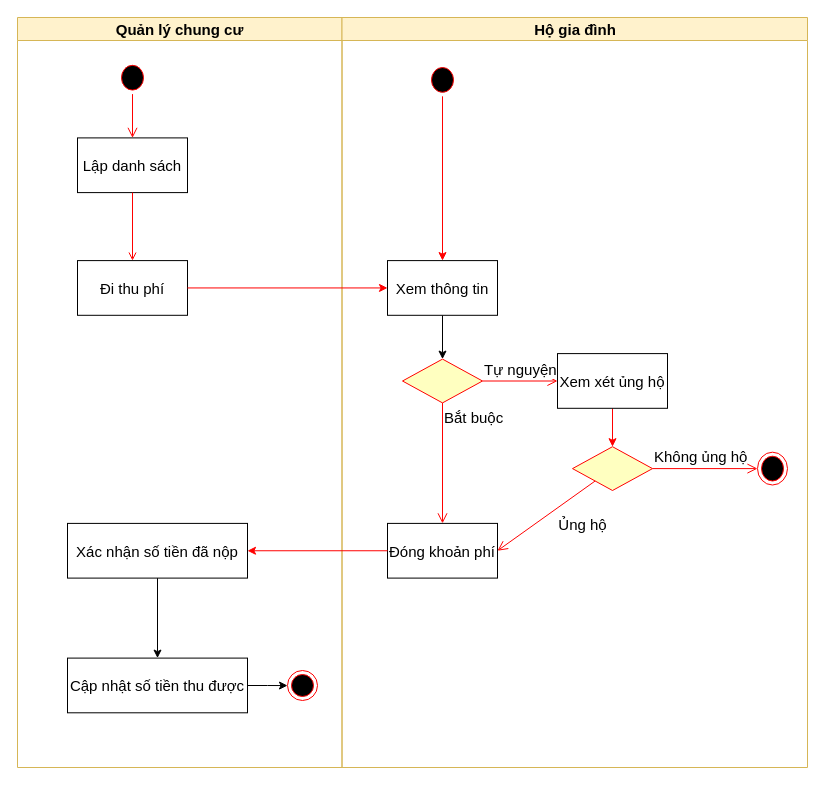
Earlier version of the draw.io diagram Activity Diagram.drawio (HARKINGS/UML). Source tidied: cells renumbered, new cells numbered last; positions are measured from the earlier drawing's top-left corner, leaving out a move shared by most shapes. Both pictures are drawn from the tidied source at 100%, with x=0, y=0 at pixel (17, 17).
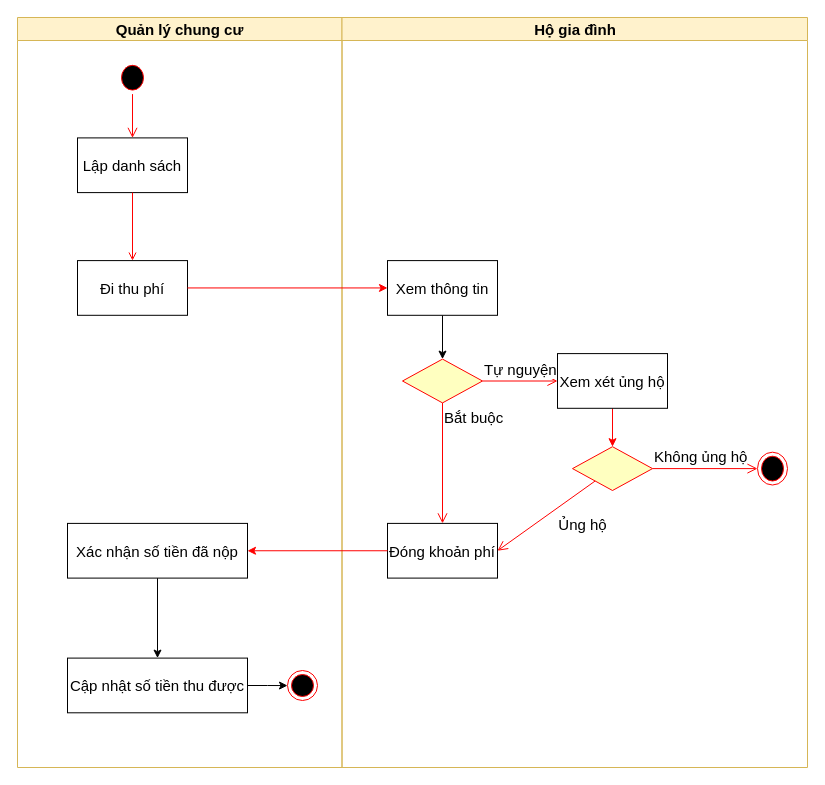
The same page after the edit.

Commit message:
Cập nhật Activity Diagram.drawio

The change refers to these unchanged cells:
```xml
<mxCell id="13" value="Hộ gia đình" style="swimlane;whiteSpace=wrap;fillColor=#fff2cc;strokeColor=#d6b656;fontSize=15;" parent="1" vertex="1">
  <mxGeometry x="324.5" width="465.5" height="750" as="geometry" />
</mxCell>
<mxCell id="17" value="Xem thông tin" style="fontSize=15;" parent="13" vertex="1">
  <mxGeometry x="45.5" y="243.1" width="110" height="54.7" as="geometry" />
</mxCell>
```

Diff of the diagram source:
```diff
@@
-    <mxCell id="14" style="edgeStyle=orthogonalEdgeStyle;rounded=0;jettySize=auto;html=1;entryX=0.5;entryY=0;entryDx=0;entryDy=0;strokeColor=#ff0000;fontSize=15;" parent="13" edge="1" source="15" target="17">
-      <mxGeometry relative="1" as="geometry" />
-    </mxCell>
-    <mxCell id="15" style="ellipse;shape=startState;fillColor=#000000;strokeColor=#ff0000;fontSize=15;" parent="13" vertex="1">
-      <mxGeometry x="85.5" y="46" width="30" height="32.8" as="geometry" />
-    </mxCell>
```
